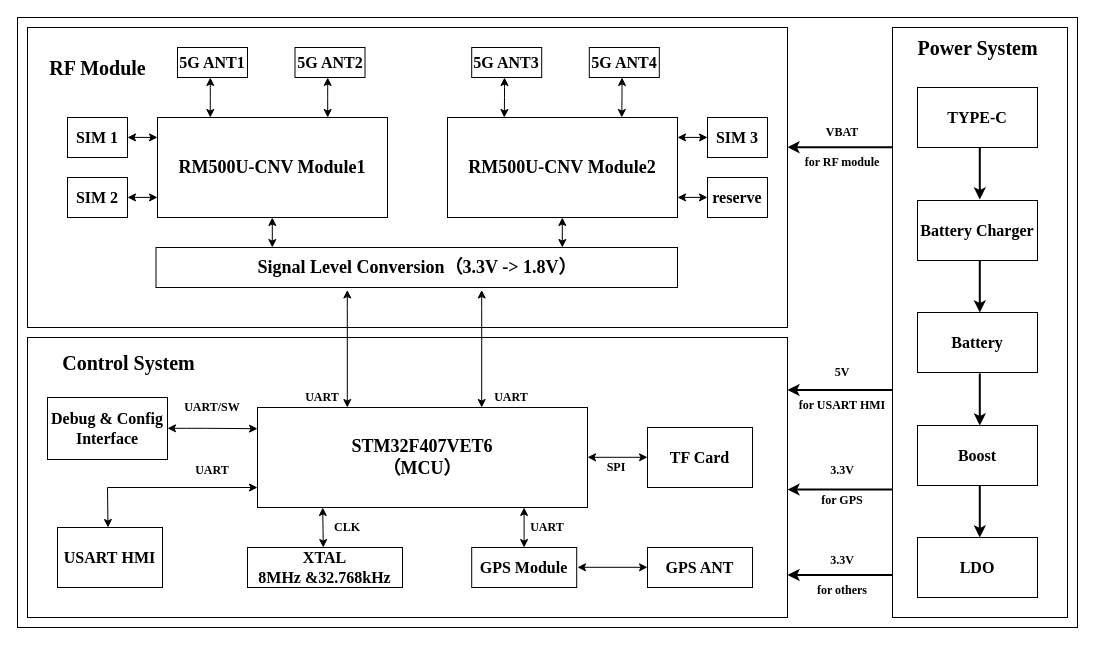
The draw.io diagram ICCC_block_V2.0.drawio in zeandon/draw.io, before the edit. Source tidied: cells renumbered, new cells numbered last; positions are measured from the earlier drawing's top-left corner, leaving out a move shared by most shapes. Both pictures are drawn from the tidied source at 100%, with x=0, y=0 at pixel (17, 17).
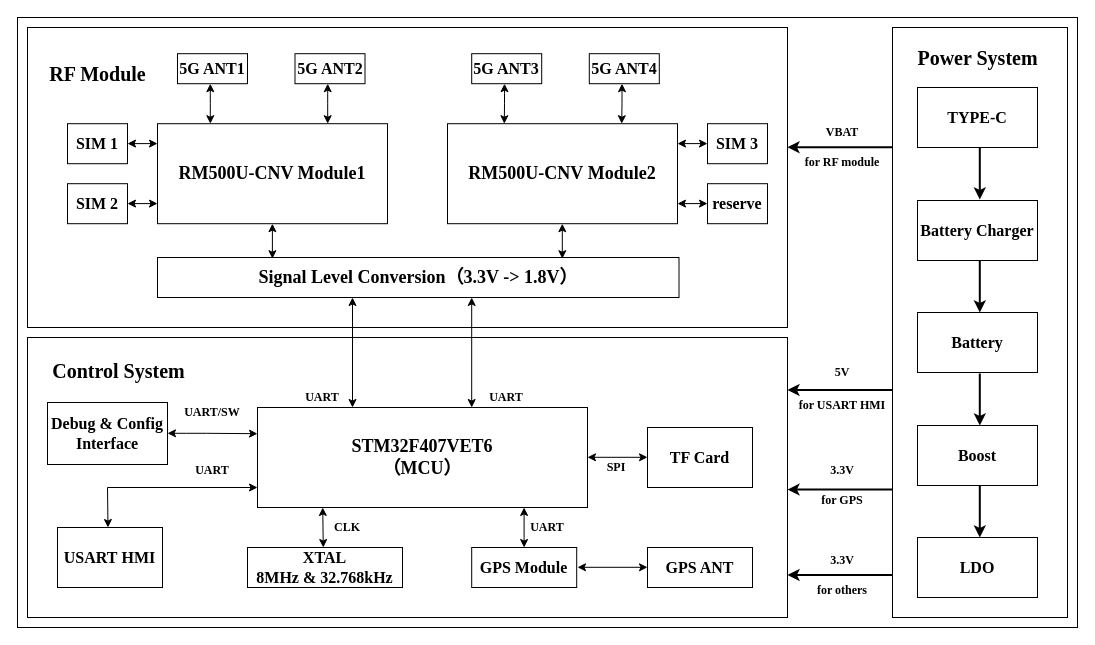
The same page after the edit.

What changed in the source:
```diff
@@
     <mxCell id="6" value="&lt;font&gt;Control System&lt;/font&gt;" style="text;strokeColor=none;fillColor=none;html=1;fontSize=20;fontStyle=1;verticalAlign=middle;align=center;fontFamily=Times New Roman;" parent="1" vertex="1">
-      <mxGeometry x="40" y="325" width="141" height="40" as="geometry" />
+      <mxGeometry x="30" y="332.5" width="141" height="40" as="geometry" />
     </mxCell>
     <mxCell id="7" value="&lt;span&gt;RF Module&lt;/span&gt;" style="text;strokeColor=none;fillColor=none;html=1;fontSize=20;fontStyle=1;verticalAlign=middle;align=center;fontFamily=Times New Roman;" parent="1" vertex="1">
-      <mxGeometry x="30" y="30" width="100" height="40" as="geometry" />
+      <mxGeometry x="30" y="36.2" width="100" height="40" as="geometry" />
     </mxCell>
     <mxCell id="8" value="RM500U-CNV Module1" style="rounded=0;whiteSpace=wrap;html=1;fontStyle=1;fontFamily=Times New Roman;fontSize=18;" parent="1" vertex="1">
-      <mxGeometry x="140" y="100" width="230" height="100" as="geometry" />
+      <mxGeometry x="140" y="106.2" width="230" height="100" as="geometry" />
     </mxCell>
     <mxCell id="9" value="RM500U-CNV&amp;nbsp;Module2" style="rounded=0;whiteSpace=wrap;html=1;fontStyle=1;fontFamily=Times New Roman;fontSize=18;" parent="1" vertex="1">
-      <mxGeometry x="430" y="100" width="230" height="100" as="geometry" />
+      <mxGeometry x="430" y="106.2" width="230" height="100" as="geometry" />
     </mxCell>
@@
     <mxCell id="11" value="UART" style="text;html=1;whiteSpace=wrap;strokeColor=none;fillColor=none;align=center;verticalAlign=middle;rounded=0;fontStyle=1;fontSize=12;fontFamily=Times New Roman;" parent="1" vertex="1">
-      <mxGeometry x="464.2" y="365" width="60" height="30" as="geometry" />
+      <mxGeometry x="459.2" y="365" width="60" height="30" as="geometry" />
     </mxCell>
     <mxCell id="12" value="5G ANT2" style="rounded=0;whiteSpace=wrap;html=1;fontStyle=1;fontFamily=Times New Roman;fontSize=16;" parent="1" vertex="1">
-      <mxGeometry x="277.5" y="30" width="70" height="30" as="geometry" />
+      <mxGeometry x="277.5" y="36.2" width="70" height="30" as="geometry" />
     </mxCell>
     <mxCell id="13" value="5G ANT1" style="rounded=0;whiteSpace=wrap;html=1;fontStyle=1;fontFamily=Times New Roman;fontSize=16;" parent="1" vertex="1">
-      <mxGeometry x="160" y="30" width="70" height="30" as="geometry" />
+      <mxGeometry x="160" y="36.2" width="70" height="30" as="geometry" />
     </mxCell>
     <mxCell id="14" value="5G ANT3" style="rounded=0;whiteSpace=wrap;html=1;fontStyle=1;fontFamily=Times New Roman;fontSize=16;" parent="1" vertex="1">
-      <mxGeometry x="454.2" y="30" width="70" height="30" as="geometry" />
+      <mxGeometry x="454.2" y="36.2" width="70" height="30" as="geometry" />
     </mxCell>
     <mxCell id="15" value="5G ANT4" style="rounded=0;whiteSpace=wrap;html=1;fontStyle=1;fontFamily=Times New Roman;fontSize=16;" parent="1" vertex="1">
-      <mxGeometry x="571.8" y="30" width="70" height="30" as="geometry" />
+      <mxGeometry x="571.8" y="36.2" width="70" height="30" as="geometry" />
     </mxCell>
@@
-    <mxCell id="17" value="&lt;span style=&quot;background-color: transparent; color: light-dark(rgb(0, 0, 0), rgb(255, 255, 255));&quot;&gt;XTAL&lt;br&gt;8MHz &amp;amp;32.768kHz&lt;/span&gt;" style="rounded=0;whiteSpace=wrap;html=1;fontStyle=1;fontFamily=Times New Roman;fontSize=16;" parent="1" vertex="1">
+    <mxCell id="17" value="&lt;span style=&quot;background-color: transparent; color: light-dark(rgb(0, 0, 0), rgb(255, 255, 255));&quot;&gt;XTAL&lt;br&gt;8MHz &amp;amp; 32.768kHz&lt;/span&gt;" style="rounded=0;whiteSpace=wrap;html=1;fontStyle=1;fontFamily=Times New Roman;fontSize=16;" parent="1" vertex="1">
       <mxGeometry x="230" y="530" width="155" height="40" as="geometry" />
     </mxCell>
     <mxCell id="18" value="Debug &amp;amp; Config Interface" style="rounded=0;whiteSpace=wrap;html=1;fontStyle=1;fontFamily=Times New Roman;fontSize=16;" parent="1" vertex="1">
-      <mxGeometry x="30" y="380" width="120" height="62" as="geometry" />
+      <mxGeometry x="30" y="385" width="120" height="62" as="geometry" />
     </mxCell>
@@
     <mxCell id="25" value="SIM 1" style="rounded=0;whiteSpace=wrap;html=1;fontStyle=1;fontFamily=Times New Roman;fontSize=16;" parent="1" vertex="1">
-      <mxGeometry x="50" y="100" width="60" height="40" as="geometry" />
+      <mxGeometry x="50" y="106.2" width="60" height="40" as="geometry" />
     </mxCell>
     <mxCell id="26" value="SIM 2" style="rounded=0;whiteSpace=wrap;html=1;fontStyle=1;fontFamily=Times New Roman;fontSize=16;" parent="1" vertex="1">
-      <mxGeometry x="50" y="160" width="60" height="40" as="geometry" />
+      <mxGeometry x="50" y="166.2" width="60" height="40" as="geometry" />
     </mxCell>
     <mxCell id="27" value="SIM 3" style="rounded=0;whiteSpace=wrap;html=1;fontStyle=1;fontFamily=Times New Roman;fontSize=16;" parent="1" vertex="1">
-      <mxGeometry x="690" y="100" width="60" height="40" as="geometry" />
+      <mxGeometry x="690" y="106.2" width="60" height="40" as="geometry" />
     </mxCell>
     <mxCell id="28" value="Signal Level Conversion（3.3V -&amp;gt; 1.8V）" style="rounded=0;whiteSpace=wrap;html=1;fontStyle=1;fontFamily=Times New Roman;fontSize=18;" parent="1" vertex="1">
-      <mxGeometry x="138.5" y="230" width="521.5" height="40" as="geometry" />
+      <mxGeometry x="140" y="240" width="521.5" height="40" as="geometry" />
     </mxCell>
@@
     <mxCell id="30" style="endArrow=classic;startArrow=classic;html=1;rounded=0;fontFamily=Times New Roman;" parent="1" edge="1">
       <mxGeometry relative="1" as="geometry">
-        <mxPoint x="110" y="179.9" as="sourcePoint" />
-        <mxPoint x="140" y="179.9" as="targetPoint" />
+        <mxPoint x="110" y="186.1" as="sourcePoint" />
+        <mxPoint x="140" y="186.1" as="targetPoint" />
       </mxGeometry>
     </mxCell>
     <mxCell id="31" style="endArrow=classic;startArrow=classic;html=1;rounded=0;fontFamily=Times New Roman;" parent="1" edge="1">
       <mxGeometry relative="1" as="geometry">
-        <mxPoint x="110" y="119.9" as="sourcePoint" />
-        <mxPoint x="140" y="119.9" as="targetPoint" />
+        <mxPoint x="110" y="126.1" as="sourcePoint" />
+        <mxPoint x="140" y="126.1" as="targetPoint" />
       </mxGeometry>
     </mxCell>
     <mxCell id="32" style="endArrow=classic;startArrow=classic;html=1;rounded=0;fontFamily=Times New Roman;" parent="1" edge="1">
       <mxGeometry relative="1" as="geometry">
-        <mxPoint x="660" y="119.9" as="sourcePoint" />
-        <mxPoint x="690" y="119.9" as="targetPoint" />
+        <mxPoint x="660" y="126.1" as="sourcePoint" />
+        <mxPoint x="690" y="126.1" as="targetPoint" />
       </mxGeometry>
     </mxCell>
-    <mxCell id="33" style="endArrow=classic;startArrow=classic;html=1;rounded=0;fontFamily=Times New Roman;" parent="1" edge="1">
-      <mxGeometry relative="1" as="geometry">
-        <mxPoint x="254.8" y="230" as="sourcePoint" />
-        <mxPoint x="254.8" y="200" as="targetPoint" />
-      </mxGeometry>
-    </mxCell>
-    <mxCell id="34" style="endArrow=classic;startArrow=classic;html=1;rounded=0;fontFamily=Times New Roman;" parent="1" edge="1">
-      <mxGeometry relative="1" as="geometry">
-        <mxPoint x="544.8" y="230" as="sourcePoint" />
-        <mxPoint x="544.8" y="200" as="targetPoint" />
-      </mxGeometry>
-    </mxCell>
     <mxCell id="35" value="&lt;font&gt;Power System&lt;/font&gt;" style="text;strokeColor=none;fillColor=none;html=1;fontSize=20;fontStyle=1;verticalAlign=middle;align=center;fontFamily=Times New Roman;" parent="1" vertex="1">
-      <mxGeometry x="895" y="10" width="130" height="40" as="geometry" />
+      <mxGeometry x="895" y="20" width="130" height="40" as="geometry" />
     </mxCell>
     <mxCell id="36" style="endArrow=classic;startArrow=classic;html=1;rounded=0;exitX=0.5;exitY=0;exitDx=0;exitDy=0;entryX=0.958;entryY=0.995;entryDx=0;entryDy=0;entryPerimeter=0;fontFamily=Times New Roman;" parent="1" edge="1">
       <mxGeometry relative="1" as="geometry">
-        <mxPoint x="310.2" y="100" as="sourcePoint" />
-        <mxPoint x="310.2" y="60" as="targetPoint" />
+        <mxPoint x="310.2" y="106.2" as="sourcePoint" />
+        <mxPoint x="310.2" y="66.2" as="targetPoint" />
         <Array as="points">
-          <mxPoint x="310.2" y="80" />
-          <mxPoint x="310.2" y="70" />
+          <mxPoint x="310.2" y="86.2" />
+          <mxPoint x="310.2" y="76.2" />
         </Array>
       </mxGeometry>
     </mxCell>
     <mxCell id="37" style="endArrow=classic;startArrow=classic;html=1;rounded=0;exitX=0.5;exitY=0;exitDx=0;exitDy=0;entryX=0.958;entryY=0.995;entryDx=0;entryDy=0;entryPerimeter=0;fontFamily=Times New Roman;" parent="1" edge="1">
       <mxGeometry relative="1" as="geometry">
-        <mxPoint x="192.8" y="100" as="sourcePoint" />
-        <mxPoint x="192.8" y="60" as="targetPoint" />
+        <mxPoint x="192.8" y="106.2" as="sourcePoint" />
+        <mxPoint x="192.8" y="66.2" as="targetPoint" />
         <Array as="points">
-          <mxPoint x="192.8" y="80" />
-          <mxPoint x="192.8" y="70" />
+          <mxPoint x="192.8" y="86.2" />
+          <mxPoint x="192.8" y="76.2" />
         </Array>
       </mxGeometry>
     </mxCell>
     <mxCell id="38" style="endArrow=classic;startArrow=classic;html=1;rounded=0;exitX=0.5;exitY=0;exitDx=0;exitDy=0;entryX=0.958;entryY=0.995;entryDx=0;entryDy=0;entryPerimeter=0;fontFamily=Times New Roman;" parent="1" edge="1">
       <mxGeometry relative="1" as="geometry">
-        <mxPoint x="486.8" y="100" as="sourcePoint" />
-        <mxPoint x="487" y="60" as="targetPoint" />
+        <mxPoint x="486.8" y="106.2" as="sourcePoint" />
+        <mxPoint x="487" y="66.2" as="targetPoint" />
         <Array as="points">
-          <mxPoint x="487" y="80" />
-          <mxPoint x="487" y="70" />
+          <mxPoint x="487" y="86.2" />
+          <mxPoint x="487" y="76.2" />
         </Array>
       </mxGeometry>
     </mxCell>
     <mxCell id="39" style="endArrow=classic;startArrow=classic;html=1;rounded=0;exitX=0.5;exitY=0;exitDx=0;exitDy=0;entryX=0.958;entryY=0.995;entryDx=0;entryDy=0;entryPerimeter=0;fontFamily=Times New Roman;" parent="1" edge="1">
       <mxGeometry relative="1" as="geometry">
-        <mxPoint x="604.2" y="100" as="sourcePoint" />
-        <mxPoint x="604.5" y="60" as="targetPoint" />
+        <mxPoint x="604.2" y="106.2" as="sourcePoint" />
+        <mxPoint x="604.5" y="66.2" as="targetPoint" />
         <Array as="points">
-          <mxPoint x="604.5" y="80" />
-          <mxPoint x="604.5" y="70" />
+          <mxPoint x="604.5" y="86.2" />
+          <mxPoint x="604.5" y="76.2" />
         </Array>
       </mxGeometry>
     </mxCell>
@@
     <mxCell id="53" value="UART/SW" style="text;html=1;whiteSpace=wrap;strokeColor=none;fillColor=none;align=center;verticalAlign=middle;rounded=0;fontStyle=1;fontSize=12;fontFamily=Times New Roman;" parent="1" vertex="1">
-      <mxGeometry x="155" y="375" width="80" height="30" as="geometry" />
+      <mxGeometry x="155" y="380" width="80" height="30" as="geometry" />
     </mxCell>
@@
     <mxCell id="59" value="reserve" style="rounded=0;whiteSpace=wrap;html=1;fontStyle=1;fontFamily=Times New Roman;fontSize=16;" parent="1" vertex="1">
-      <mxGeometry x="690" y="160" width="60" height="40" as="geometry" />
+      <mxGeometry x="690" y="166.2" width="60" height="40" as="geometry" />
     </mxCell>
     <mxCell id="60" style="endArrow=classic;startArrow=classic;html=1;rounded=0;fontFamily=Times New Roman;" parent="1" edge="1">
       <mxGeometry relative="1" as="geometry">
-        <mxPoint x="660" y="179.9" as="sourcePoint" />
-        <mxPoint x="690" y="179.9" as="targetPoint" />
+        <mxPoint x="660" y="186.1" as="sourcePoint" />
+        <mxPoint x="690" y="186.1" as="targetPoint" />
       </mxGeometry>
     </mxCell>
@@
     <mxCell id="69" style="endArrow=classic;startArrow=classic;html=1;rounded=0;startFill=1;endFill=1;fontFamily=Times New Roman;" parent="1" edge="1">
       <mxGeometry relative="1" as="geometry">
-        <mxPoint x="240" y="411.2" as="sourcePoint" />
-        <mxPoint x="150" y="410.8" as="targetPoint" />
+        <mxPoint x="240" y="416.2" as="sourcePoint" />
+        <mxPoint x="150" y="415.8" as="targetPoint" />
         <Array as="points">
-          <mxPoint x="189" y="410.8" />
-          <mxPoint x="169" y="410.8" />
+          <mxPoint x="189" y="415.8" />
+          <mxPoint x="169" y="415.8" />
         </Array>
       </mxGeometry>
     </mxCell>
-    <mxCell id="70" style="endArrow=classic;startArrow=classic;html=1;rounded=0;fontFamily=Times New Roman;" parent="1" edge="1">
-      <mxGeometry relative="1" as="geometry">
-        <mxPoint x="329.8" y="390" as="sourcePoint" />
-        <mxPoint x="329.8" y="272.5" as="targetPoint" />
-        <Array as="points">
-          <mxPoint x="329.8" y="320" />
-          <mxPoint x="329.8" y="290" />
-        </Array>
-      </mxGeometry>
-    </mxCell>
@@
-    <mxCell id="72" style="endArrow=classic;startArrow=classic;html=1;rounded=0;fontFamily=Times New Roman;" parent="1" edge="1">
-      <mxGeometry relative="1" as="geometry">
-        <mxPoint x="464.2" y="390" as="sourcePoint" />
-        <mxPoint x="464.2" y="272.5" as="targetPoint" />
-        <Array as="points">
-          <mxPoint x="464.2" y="320" />
-          <mxPoint x="464.2" y="290" />
-        </Array>
-      </mxGeometry>
-    </mxCell>
+    <mxCell id="73" style="endArrow=classic;startArrow=classic;html=1;rounded=0;fontFamily=Times New Roman;" parent="1" edge="1">
+      <mxGeometry relative="1" as="geometry">
+        <mxPoint x="335" y="390" as="sourcePoint" />
+        <mxPoint x="335" y="280" as="targetPoint" />
+      </mxGeometry>
+    </mxCell>
+    <mxCell id="74" style="endArrow=classic;startArrow=classic;html=1;rounded=0;fontFamily=Times New Roman;" parent="1" edge="1">
+      <mxGeometry relative="1" as="geometry">
+        <mxPoint x="254.9" y="241.2" as="sourcePoint" />
+        <mxPoint x="254.9" y="206.2" as="targetPoint" />
+      </mxGeometry>
+    </mxCell>
+    <mxCell id="75" style="endArrow=classic;startArrow=classic;html=1;rounded=0;fontFamily=Times New Roman;" parent="1" edge="1">
+      <mxGeometry relative="1" as="geometry">
+        <mxPoint x="544.8" y="241.2" as="sourcePoint" />
+        <mxPoint x="544.8" y="206.2" as="targetPoint" />
+      </mxGeometry>
+    </mxCell>
+    <mxCell id="76" style="endArrow=classic;startArrow=classic;html=1;rounded=0;fontFamily=Times New Roman;" parent="1" edge="1">
+      <mxGeometry relative="1" as="geometry">
+        <mxPoint x="454.2" y="390" as="sourcePoint" />
+        <mxPoint x="454.2" y="280" as="targetPoint" />
+      </mxGeometry>
+    </mxCell>
```
